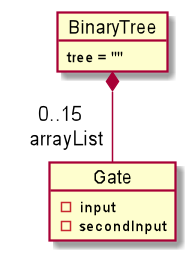
Earlier version of the PlantUML export docs/diagrams/BinaryTreeInitialObjectDiagram.png (sevenseasofbri/tp).
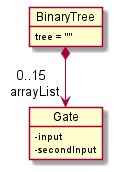
After the change.

What changed in the source:
```diff
@@ -1,4 +1,6 @@
 @startuml
+!include style.puml
+
 object BinaryTree
 BinaryTree : tree = ""
 
@@ -6,5 +8,5 @@
 Gate : - input
 Gate : - secondInput
 
-BinaryTree *-- "0..15 \n arrayList" Gate
+BinaryTree *--> "0..15 \n arrayList" Gate
 @enduml
```
